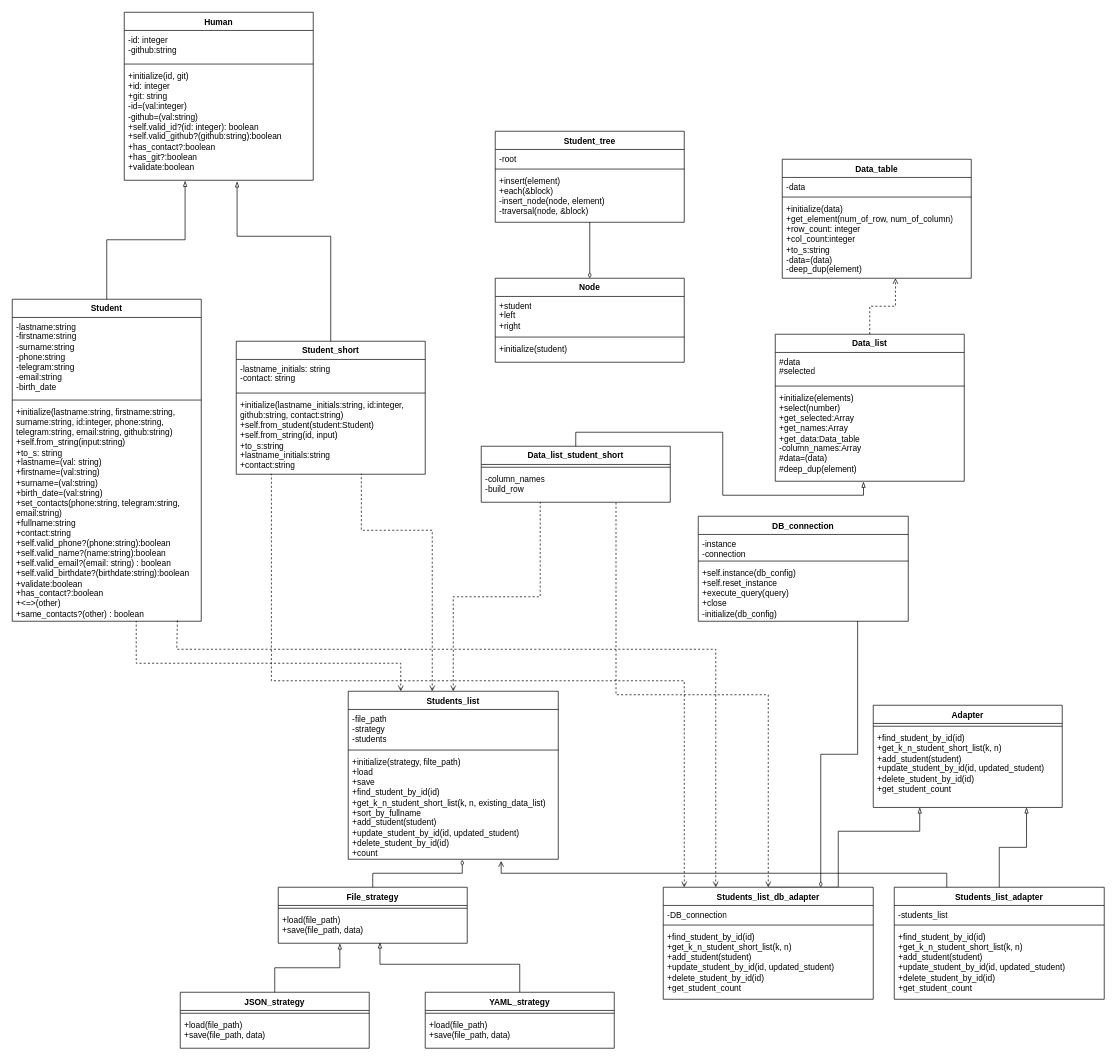
Earlier version of the draw.io diagram Students/Students.drawio (avtss/Patterns). Source tidied: cells renumbered, new cells numbered last; positions are measured from the earlier drawing's top-left corner, leaving out a move shared by most shapes. Both pictures are drawn from the tidied source at 70%, with x=0, y=0 at pixel (12, 12).
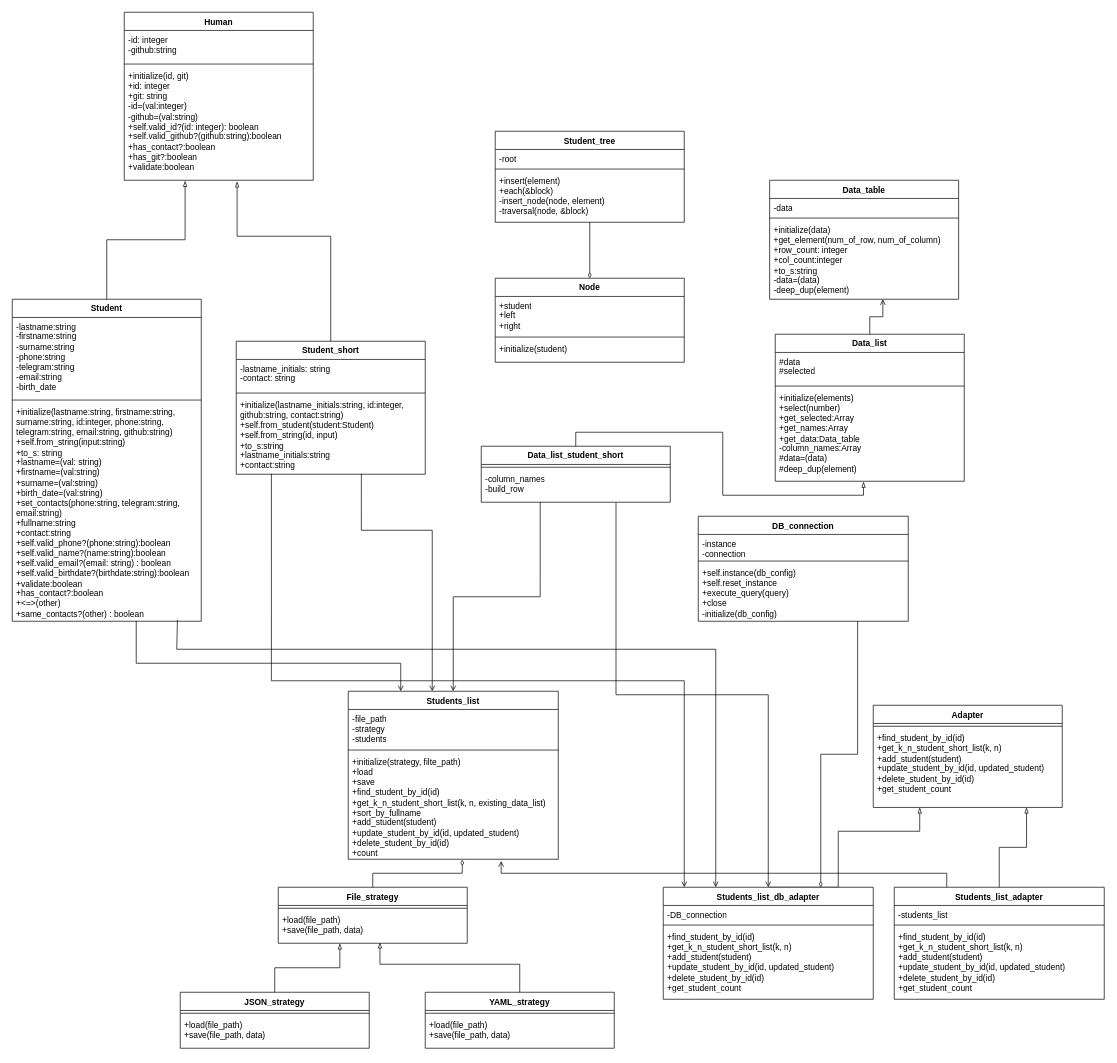
The same page after the edit.

Commit message (it also covers changes not shown here):
Lab4. updated class diagram

Unchanged cells that the change refers to:
```xml
<mxCell id="9" value="+initialize(lastname_initials:string, id:integer, github:string, contact:string)&lt;div&gt;+self.from_student(student:Student)&lt;/div&gt;&lt;div&gt;+self.from_string(id, input)&lt;/div&gt;&lt;div&gt;+to_s:string&lt;/div&gt;&lt;div&gt;+lastname_initials:string&lt;/div&gt;&lt;div&gt;+contact:string&lt;/div&gt;" style="text;strokeColor=none;fillColor=none;align=left;verticalAlign=top;spacingLeft=4;spacingRight=4;overflow=hidden;points=[[0,0.5],[1,0.5]];portConstraint=eastwest;whiteSpace=wrap;html=1;" parent="6" vertex="1">
  <mxGeometry y="78" width="270" height="112" as="geometry" />
</mxCell>
<mxCell id="13" value="+initialize(lastname:string, firstname:string, surname:string, id:integer, phone:string, telegram:string, email:string, github:string)&lt;div&gt;+self.from_string(input:string)&lt;/div&gt;&lt;div&gt;+to_s: string&lt;/div&gt;&lt;div&gt;+lastname=(val: string)&lt;/div&gt;&lt;div&gt;+firstname=(val:string)&lt;/div&gt;&lt;div&gt;+surname=(val:string)&lt;/div&gt;&lt;div&gt;+birth_date=(val:string)&lt;/div&gt;&lt;div&gt;+set_contacts(phone:string, telegram:string, email:string)&lt;/div&gt;&lt;div&gt;+fullname:string&lt;/div&gt;&lt;div&gt;+contact:string&lt;/div&gt;&lt;div&gt;&lt;div&gt;+self.valid_phone?(phone:string):boolean&lt;/div&gt;&lt;div&gt;+self.valid_name?(name:string):boolean&lt;/div&gt;&lt;div&gt;+self.valid_email?(email: string) : boolean&lt;/div&gt;&lt;/div&gt;&lt;div&gt;+self.valid_birthdate?(birthdate:string):boolean&lt;/div&gt;&lt;div&gt;+validate:boolean&lt;/div&gt;&lt;div&gt;+has_contact?:boolean&lt;/div&gt;&lt;div&gt;+&amp;lt;=&amp;gt;(other)&lt;/div&gt;&lt;div&gt;+same_contacts?(other) : boolean&lt;/div&gt;" style="text;strokeColor=none;fillColor=none;align=left;verticalAlign=top;spacingLeft=4;spacingRight=4;overflow=hidden;points=[[0,0.5],[1,0.5]];portConstraint=eastwest;whiteSpace=wrap;html=1;" parent="10" vertex="1">
  <mxGeometry y="148" width="270" height="312" as="geometry" />
</mxCell>
<mxCell id="16" value="Data_list" style="swimlane;fontStyle=1;align=center;verticalAlign=top;horizontal=1;startSize=26;whiteSpace=wrap;html=1;" parent="1" vertex="1">
  <mxGeometry x="1090" y="460" width="270" height="210" as="geometry" />
</mxCell>
<mxCell id="22" value="-column_names&lt;div&gt;-build_row&lt;/div&gt;" style="text;strokeColor=none;fillColor=none;align=left;verticalAlign=top;spacingLeft=4;spacingRight=4;overflow=hidden;points=[[0,0.5],[1,0.5]];portConstraint=eastwest;whiteSpace=wrap;html=1;" parent="20" vertex="1">
  <mxGeometry y="34" width="270" height="46" as="geometry" />
</mxCell>
<mxCell id="27" value="+initialize(data)&lt;div&gt;+get_element(num_of_row, num_of_column)&lt;/div&gt;&lt;div&gt;+row_count: integer&lt;/div&gt;&lt;div&gt;+col_count:integer&lt;/div&gt;&lt;div&gt;+to_s:string&lt;/div&gt;&lt;div&gt;-data=(data)&lt;/div&gt;&lt;div&gt;-deep_dup(element)&lt;/div&gt;" style="text;strokeColor=none;fillColor=none;align=left;verticalAlign=top;spacingLeft=4;spacingRight=4;overflow=hidden;points=[[0,0.5],[1,0.5]];portConstraint=eastwest;whiteSpace=wrap;html=1;" parent="24" vertex="1">
  <mxGeometry y="58" width="270" height="112" as="geometry" />
</mxCell>
<mxCell id="28" value="Students_list" style="swimlane;fontStyle=1;align=center;verticalAlign=top;horizontal=1;startSize=26;whiteSpace=wrap;html=1;" parent="1" vertex="1">
  <mxGeometry x="480" y="970" width="300" height="240" as="geometry" />
</mxCell>
<mxCell id="57" value="Students_list_db_adapter" style="swimlane;fontStyle=1;align=center;verticalAlign=top;horizontal=1;startSize=26;whiteSpace=wrap;html=1;" parent="1" vertex="1">
  <mxGeometry x="930" y="1250" width="300" height="160" as="geometry" />
</mxCell>
```

What changed in the source:
```diff
@@
     <mxCell id="24" value="Data_table" style="swimlane;fontStyle=1;align=center;verticalAlign=top;horizontal=1;startSize=26;whiteSpace=wrap;html=1;" parent="1" vertex="1">
-      <mxGeometry x="1100" y="210" width="270" height="170" as="geometry" />
+      <mxGeometry x="1082" y="240" width="270" height="170" as="geometry" />
     </mxCell>
@@
-    <mxCell id="52" style="edgeStyle=orthogonalEdgeStyle;rounded=0;jettySize=auto;html=1;endArrow=none;endFill=0;exitX=0.25;exitY=0;exitDx=0;exitDy=0;startArrow=open;startFill=0;entryX=0.874;entryY=0.994;entryDx=0;entryDy=0;entryPerimeter=0;dashed=1;" parent="1" edge="1" source="57" target="13">
+    <mxCell id="52" style="edgeStyle=orthogonalEdgeStyle;rounded=0;jettySize=auto;html=1;endArrow=none;endFill=0;exitX=0.25;exitY=0;exitDx=0;exitDy=0;startArrow=open;startFill=0;entryX=0.874;entryY=0.994;entryDx=0;entryDy=0;entryPerimeter=0;" parent="1" edge="1" source="57" target="13">
       <mxGeometry relative="1" as="geometry">
         <Array as="points">
           <mxPoint x="1005" y="910" />
           <mxPoint x="235" y="910" />
         </Array>
       </mxGeometry>
     </mxCell>
@@
-    <mxCell id="66" style="edgeStyle=orthogonalEdgeStyle;rounded=0;jettySize=auto;html=1;entryX=0.713;entryY=1.018;entryDx=0;entryDy=0;entryPerimeter=0;endArrow=none;endFill=0;startArrow=open;startFill=0;exitX=0.5;exitY=0;exitDx=0;exitDy=0;dashed=1;" parent="1" edge="1" source="57" target="22">
+    <mxCell id="66" style="edgeStyle=orthogonalEdgeStyle;rounded=0;jettySize=auto;html=1;entryX=0.713;entryY=1.018;entryDx=0;entryDy=0;entryPerimeter=0;endArrow=none;endFill=0;startArrow=open;startFill=0;exitX=0.5;exitY=0;exitDx=0;exitDy=0;" parent="1" edge="1" source="57" target="22">
       <mxGeometry relative="1" as="geometry" />
     </mxCell>
-    <mxCell id="67" style="edgeStyle=orthogonalEdgeStyle;rounded=0;jettySize=auto;html=1;exitX=0.5;exitY=0;exitDx=0;exitDy=0;entryX=0.312;entryY=0.992;entryDx=0;entryDy=0;entryPerimeter=0;endArrow=none;endFill=0;startArrow=open;startFill=0;dashed=1;" parent="1" edge="1" source="28" target="22">
+    <mxCell id="67" style="edgeStyle=orthogonalEdgeStyle;rounded=0;jettySize=auto;html=1;exitX=0.5;exitY=0;exitDx=0;exitDy=0;entryX=0.312;entryY=0.992;entryDx=0;entryDy=0;entryPerimeter=0;endArrow=none;endFill=0;startArrow=open;startFill=0;" parent="1" edge="1" source="28" target="22">
       <mxGeometry relative="1" as="geometry" />
     </mxCell>
@@
-    <mxCell id="69" style="edgeStyle=orthogonalEdgeStyle;rounded=0;jettySize=auto;html=1;exitX=0.5;exitY=0;exitDx=0;exitDy=0;entryX=0.599;entryY=1;entryDx=0;entryDy=0;entryPerimeter=0;endArrow=open;endFill=0;dashed=1;" parent="1" edge="1" source="16" target="27">
+    <mxCell id="69" style="edgeStyle=orthogonalEdgeStyle;rounded=0;jettySize=auto;html=1;exitX=0.5;exitY=0;exitDx=0;exitDy=0;entryX=0.599;entryY=1;entryDx=0;entryDy=0;entryPerimeter=0;endArrow=open;endFill=0;" parent="1" edge="1" source="16" target="27">
       <mxGeometry relative="1" as="geometry" />
     </mxCell>
-    <mxCell id="70" style="edgeStyle=orthogonalEdgeStyle;rounded=0;jettySize=auto;html=1;exitX=0.25;exitY=0;exitDx=0;exitDy=0;entryX=0.656;entryY=0.998;entryDx=0;entryDy=0;entryPerimeter=0;endArrow=none;endFill=0;startArrow=open;startFill=0;dashed=1;" parent="1" edge="1" source="28" target="13">
+    <mxCell id="70" style="edgeStyle=orthogonalEdgeStyle;rounded=0;jettySize=auto;html=1;exitX=0.25;exitY=0;exitDx=0;exitDy=0;entryX=0.656;entryY=0.998;entryDx=0;entryDy=0;entryPerimeter=0;endArrow=none;endFill=0;startArrow=open;startFill=0;" parent="1" edge="1" source="28" target="13">
       <mxGeometry relative="1" as="geometry">
         <Array as="points">
           <mxPoint x="555" y="930" />
           <mxPoint x="177" y="930" />
         </Array>
       </mxGeometry>
     </mxCell>
-    <mxCell id="71" style="edgeStyle=orthogonalEdgeStyle;rounded=0;jettySize=auto;html=1;entryX=0.662;entryY=0.994;entryDx=0;entryDy=0;entryPerimeter=0;endArrow=none;endFill=0;startArrow=open;startFill=0;dashed=1;" parent="1" edge="1" source="28" target="9">
+    <mxCell id="71" style="edgeStyle=orthogonalEdgeStyle;rounded=0;jettySize=auto;html=1;entryX=0.662;entryY=0.994;entryDx=0;entryDy=0;entryPerimeter=0;endArrow=none;endFill=0;startArrow=open;startFill=0;" parent="1" edge="1" source="28" target="9">
       <mxGeometry relative="1" as="geometry">
         <Array as="points">
           <mxPoint x="600" y="740" />
           <mxPoint x="499" y="740" />
         </Array>
       </mxGeometry>
     </mxCell>
-    <mxCell id="72" style="edgeStyle=orthogonalEdgeStyle;rounded=0;jettySize=auto;html=1;exitX=0.1;exitY=0;exitDx=0;exitDy=0;entryX=0.186;entryY=0.994;entryDx=0;entryDy=0;entryPerimeter=0;endArrow=none;endFill=0;exitPerimeter=0;startArrow=open;startFill=0;dashed=1;" parent="1" edge="1" source="57" target="9">
+    <mxCell id="72" style="edgeStyle=orthogonalEdgeStyle;rounded=0;jettySize=auto;html=1;exitX=0.1;exitY=0;exitDx=0;exitDy=0;entryX=0.186;entryY=0.994;entryDx=0;entryDy=0;entryPerimeter=0;endArrow=none;endFill=0;exitPerimeter=0;startArrow=open;startFill=0;" parent="1" edge="1" source="57" target="9">
       <mxGeometry relative="1" as="geometry" />
     </mxCell>
```
